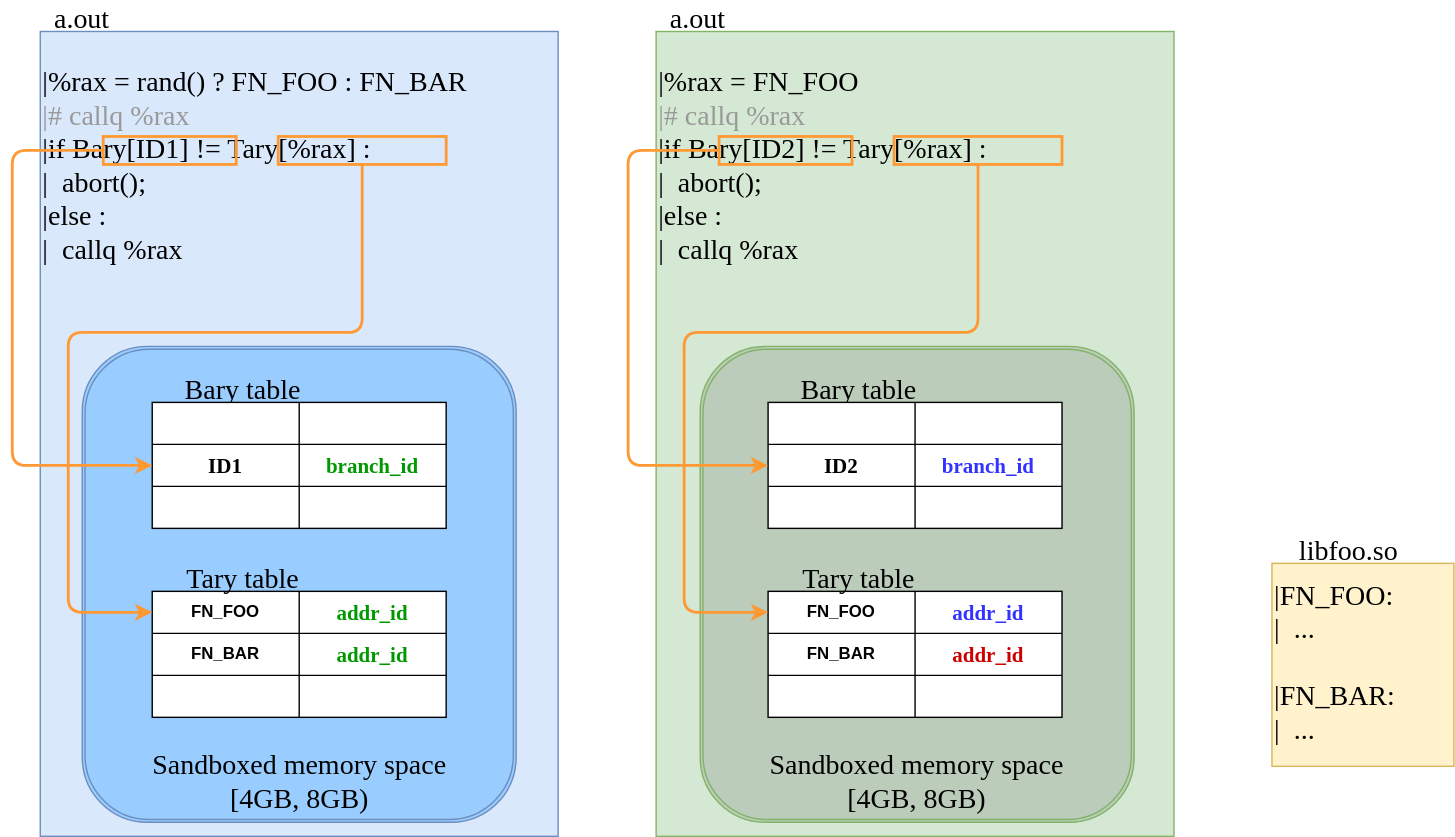
The draw.io diagram src/paper_presen/mcfi/fig/compare_cfi/mcfi.dio.svg in sinotca529/glab_seminar, before a commit. Source tidied: cells renumbered, new cells last; positions are measured from the earlier drawing's top-left corner, leaving out a move shared by most shapes.
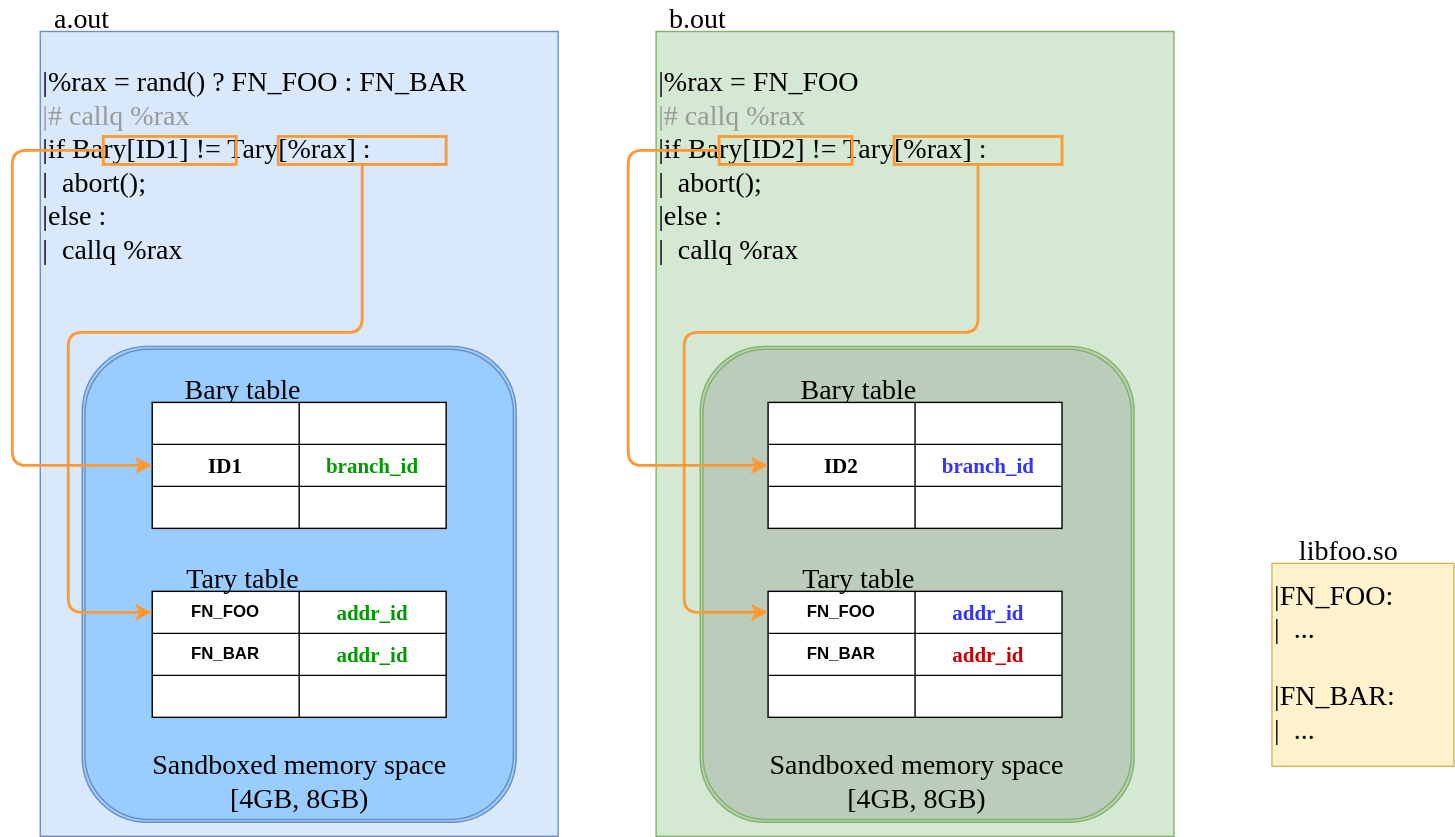
The same file after the commit.

The edit, as a diff of the source:
```diff
@@ -29,7 +29,7 @@
     <mxCell id="10" style="rounded=0;whiteSpace=wrap;html=1;fillColor=#d5e8d4;strokeColor=#82b366;" parent="1" vertex="1">
       <mxGeometry x="460" y="20" width="370" height="575" as="geometry" />
     </mxCell>
-    <mxCell id="11" value="&lt;font face=&quot;consolas&quot; style=&quot;font-size: 20px&quot;&gt;a.out&lt;/font&gt;" style="text;html=1;strokeColor=none;fillColor=none;align=center;verticalAlign=middle;whiteSpace=wrap;rounded=0;" parent="1" vertex="1">
+    <mxCell id="11" value="&lt;font face=&quot;consolas&quot; style=&quot;font-size: 20px&quot;&gt;b.out&lt;/font&gt;" style="text;html=1;strokeColor=none;fillColor=none;align=center;verticalAlign=middle;whiteSpace=wrap;rounded=0;" parent="1" vertex="1">
       <mxGeometry x="460" width="60" height="20" as="geometry" />
     </mxCell>
     <mxCell id="12" value="&lt;span style=&quot;font-family: &amp;#34;consolas&amp;#34; ; font-size: 20px&quot;&gt;|%rax = FN_FOO&lt;br&gt;&lt;/span&gt;&lt;font color=&quot;#999999&quot;&gt;&lt;span style=&quot;font-family: &amp;#34;consolas&amp;#34; ; font-size: 20px&quot;&gt;|# callq %rax&lt;br&gt;&lt;/span&gt;&lt;/font&gt;&lt;span style=&quot;font-family: &amp;#34;consolas&amp;#34; ; font-size: 20px&quot;&gt;|if Bary[ID2] != Tary[%rax] :&lt;br&gt;&lt;/span&gt;&lt;span style=&quot;font-family: &amp;#34;consolas&amp;#34; ; font-size: 20px&quot;&gt;|&amp;nbsp; abort();&lt;br&gt;|else :&lt;br&gt;|&amp;nbsp; callq %rax&lt;br&gt;&lt;/span&gt;" style="text;html=1;align=left;verticalAlign=middle;strokeColor=none;" parent="1" vertex="1">
```
